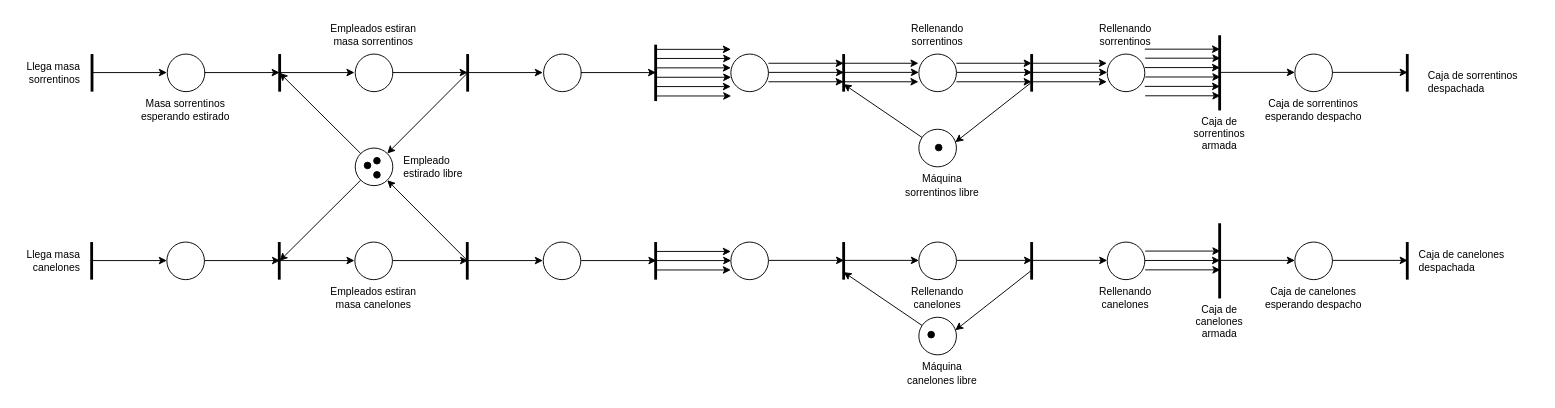
mvalleym/ing_software1 keeps this draw.io diagram as RP_11.drawio. Above is the earlier version. Source tidied: cells renumbered, new cells numbered last; positions are measured from the earlier drawing's top-left corner, leaving out a move shared by most shapes. Both pictures are drawn from the tidied source at 94%, with x=0, y=0 at pixel (16, 16).
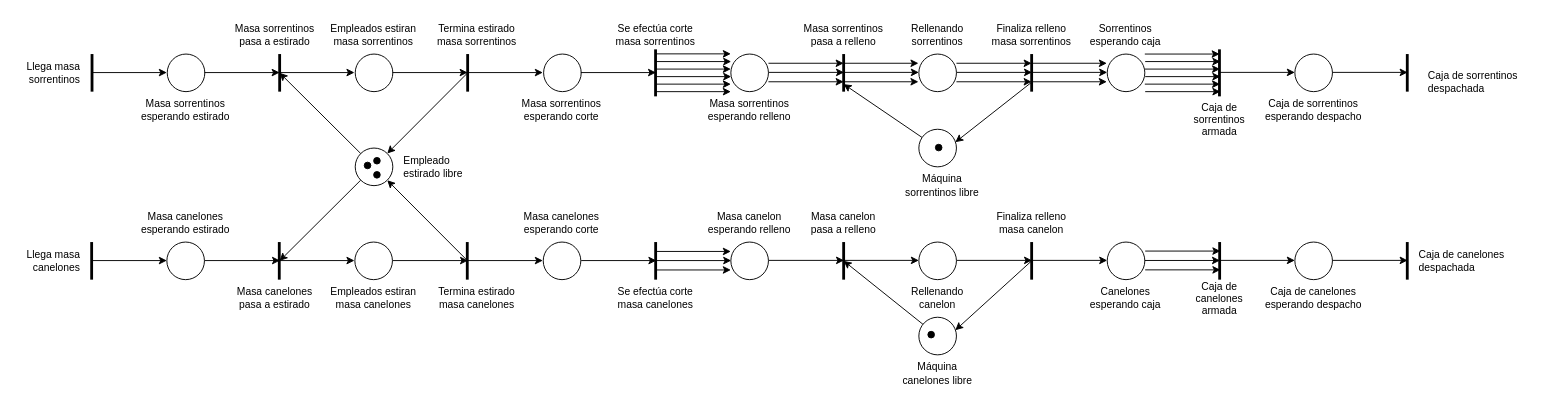
The same page after the edit.

The change refers to these unchanged cells:
```xml
<mxCell id="92" style="ellipse;whiteSpace=wrap;html=1;" parent="1" vertex="1">
  <mxGeometry x="960" y="320" width="40" height="40" as="geometry" />
</mxCell>
```

What changed in the source:
```diff
@@
     <mxCell id="37" style="endArrow=none;html=1;strokeWidth=3;" parent="1" edge="1">
       <mxGeometry relative="1" as="geometry">
-        <mxPoint x="680" y="90" as="sourcePoint" />
-        <mxPoint x="680" y="30" as="targetPoint" />
+        <mxPoint x="679.9" y="85" as="sourcePoint" />
+        <mxPoint x="679.9" y="35" as="targetPoint" />
       </mxGeometry>
     </mxCell>
     <mxCell id="38" style="endArrow=classic;html=1;strokeWidth=1;" parent="1" edge="1">
       <mxGeometry relative="1" as="geometry">
-        <mxPoint x="680.4" y="64.7" as="sourcePoint" />
-        <mxPoint x="760.4" y="64.7" as="targetPoint" />
+        <mxPoint x="680.4" y="64" as="sourcePoint" />
+        <mxPoint x="760.4" y="64" as="targetPoint" />
       </mxGeometry>
     </mxCell>
@@
     <mxCell id="44" style="endArrow=classic;html=1;strokeWidth=1;" parent="1" edge="1">
       <mxGeometry relative="1" as="geometry">
-        <mxPoint x="680.4" y="44.7" as="sourcePoint" />
-        <mxPoint x="760.4" y="44.7" as="targetPoint" />
+        <mxPoint x="680.4" y="48" as="sourcePoint" />
+        <mxPoint x="760.4" y="48" as="targetPoint" />
       </mxGeometry>
     </mxCell>
     <mxCell id="45" style="endArrow=classic;html=1;strokeWidth=1;" parent="1" edge="1">
       <mxGeometry relative="1" as="geometry">
-        <mxPoint x="680" y="54.7" as="sourcePoint" />
-        <mxPoint x="760" y="54.7" as="targetPoint" />
+        <mxPoint x="680" y="56" as="sourcePoint" />
+        <mxPoint x="760" y="56" as="targetPoint" />
       </mxGeometry>
     </mxCell>
     <mxCell id="46" style="endArrow=classic;html=1;strokeWidth=1;" parent="1" edge="1">
       <mxGeometry relative="1" as="geometry">
-        <mxPoint x="680" y="35" as="sourcePoint" />
-        <mxPoint x="760" y="35" as="targetPoint" />
+        <mxPoint x="680" y="39.8" as="sourcePoint" />
+        <mxPoint x="760" y="39.8" as="targetPoint" />
       </mxGeometry>
     </mxCell>
     <mxCell id="47" style="endArrow=classic;html=1;strokeWidth=1;" parent="1" edge="1">
       <mxGeometry relative="1" as="geometry">
-        <mxPoint x="680.4" y="84.6" as="sourcePoint" />
-        <mxPoint x="760.4" y="84.6" as="targetPoint" />
+        <mxPoint x="680" y="80" as="sourcePoint" />
+        <mxPoint x="760" y="80" as="targetPoint" />
       </mxGeometry>
     </mxCell>
     <mxCell id="48" style="endArrow=classic;html=1;strokeWidth=1;" parent="1" edge="1">
       <mxGeometry relative="1" as="geometry">
-        <mxPoint x="680" y="74.6" as="sourcePoint" />
-        <mxPoint x="760" y="74.6" as="targetPoint" />
+        <mxPoint x="680" y="72" as="sourcePoint" />
+        <mxPoint x="760" y="72" as="targetPoint" />
       </mxGeometry>
     </mxCell>
@@
     <mxCell id="72" style="endArrow=classic;html=1;strokeWidth=1;" parent="1" edge="1">
       <mxGeometry relative="1" as="geometry">
-        <mxPoint x="1200.8" y="84.4" as="sourcePoint" />
-        <mxPoint x="1280.8" y="84.4" as="targetPoint" />
+        <mxPoint x="1200.8" y="80" as="sourcePoint" />
+        <mxPoint x="1280.8" y="80" as="targetPoint" />
       </mxGeometry>
     </mxCell>
     <mxCell id="73" style="endArrow=classic;html=1;strokeWidth=1;" parent="1" edge="1">
       <mxGeometry relative="1" as="geometry">
-        <mxPoint x="1200.4" y="74.4" as="sourcePoint" />
-        <mxPoint x="1280.4" y="74.4" as="targetPoint" />
+        <mxPoint x="1200.4" y="72" as="sourcePoint" />
+        <mxPoint x="1280.4" y="72" as="targetPoint" />
       </mxGeometry>
     </mxCell>
     <mxCell id="74" style="endArrow=classic;html=1;strokeWidth=1;" parent="1" edge="1">
       <mxGeometry relative="1" as="geometry">
-        <mxPoint x="1200.8" y="64.4" as="sourcePoint" />
-        <mxPoint x="1280.8" y="64.4" as="targetPoint" />
+        <mxPoint x="1200.8" y="64" as="sourcePoint" />
+        <mxPoint x="1280.8" y="64" as="targetPoint" />
       </mxGeometry>
     </mxCell>
     <mxCell id="75" style="endArrow=classic;html=1;strokeWidth=1;" parent="1" edge="1">
       <mxGeometry relative="1" as="geometry">
-        <mxPoint x="1200.4" y="54.4" as="sourcePoint" />
-        <mxPoint x="1280.4" y="54.4" as="targetPoint" />
+        <mxPoint x="1200.4" y="56" as="sourcePoint" />
+        <mxPoint x="1280.4" y="56" as="targetPoint" />
       </mxGeometry>
     </mxCell>
     <mxCell id="76" style="endArrow=classic;html=1;strokeWidth=1;" parent="1" edge="1">
       <mxGeometry relative="1" as="geometry">
-        <mxPoint x="1200.8" y="44.4" as="sourcePoint" />
-        <mxPoint x="1280.8" y="44.4" as="targetPoint" />
+        <mxPoint x="1200.8" y="48" as="sourcePoint" />
+        <mxPoint x="1280.8" y="48" as="targetPoint" />
       </mxGeometry>
     </mxCell>
     <mxCell id="77" style="endArrow=classic;html=1;strokeWidth=1;" parent="1" edge="1">
       <mxGeometry relative="1" as="geometry">
-        <mxPoint x="1200.4" y="34.8" as="sourcePoint" />
-        <mxPoint x="1280.4" y="34.8" as="targetPoint" />
+        <mxPoint x="1200.4" y="40" as="sourcePoint" />
+        <mxPoint x="1280" y="40" as="targetPoint" />
       </mxGeometry>
     </mxCell>
     <mxCell id="78" style="endArrow=none;html=1;strokeWidth=3;" parent="1" edge="1">
       <mxGeometry relative="1" as="geometry">
-        <mxPoint x="1280" y="100" as="sourcePoint" />
-        <mxPoint x="1280" y="20" as="targetPoint" />
+        <mxPoint x="1279.8" y="85" as="sourcePoint" />
+        <mxPoint x="1279.8" y="35" as="targetPoint" />
       </mxGeometry>
     </mxCell>
@@
     <mxCell id="91" value="&lt;div&gt;Máquina&lt;/div&gt;&lt;div&gt;canelones libre&lt;/div&gt;" style="text;html=1;strokeColor=none;fillColor=none;align=center;verticalAlign=middle;whiteSpace=wrap;rounded=0;fontSize=11;" parent="1" vertex="1">
-      <mxGeometry x="939.6" y="360" width="90" height="40" as="geometry" />
+      <mxGeometry x="940" y="360" width="80" height="40" as="geometry" />
     </mxCell>
@@
     <mxCell id="94" style="endArrow=classic;html=1;strokeWidth=1;entryX=0.97;entryY=0.345;entryDx=0;entryDy=0;entryPerimeter=0;" parent="1" edge="1" target="92">
       <mxGeometry relative="1" as="geometry">
-        <mxPoint x="1080" y="270" as="sourcePoint" />
+        <mxPoint x="1080" y="260" as="sourcePoint" />
       </mxGeometry>
     </mxCell>
     <mxCell id="95" style="endArrow=classic;html=1;strokeWidth=1;" parent="1" edge="1" source="92">
       <mxGeometry relative="1" as="geometry">
-        <mxPoint x="880" y="272" as="targetPoint" />
+        <mxPoint x="880" y="260" as="targetPoint" />
       </mxGeometry>
     </mxCell>
@@
     <mxCell id="101" style="endArrow=none;html=1;strokeWidth=3;" parent="1" edge="1">
       <mxGeometry relative="1" as="geometry">
-        <mxPoint x="1280" y="300" as="sourcePoint" />
-        <mxPoint x="1280" y="220" as="targetPoint" />
+        <mxPoint x="1280" y="280" as="sourcePoint" />
+        <mxPoint x="1280" y="240" as="targetPoint" />
       </mxGeometry>
     </mxCell>
@@
-    <mxCell id="106" value="Rellenando canelones" style="text;html=1;strokeColor=none;fillColor=none;align=center;verticalAlign=middle;whiteSpace=wrap;rounded=0;fontSize=11;" parent="1" vertex="1">
+    <mxCell id="106" value="Rellenando canelon" style="text;html=1;strokeColor=none;fillColor=none;align=center;verticalAlign=middle;whiteSpace=wrap;rounded=0;fontSize=11;" parent="1" vertex="1">
       <mxGeometry x="935" y="280" width="90" height="40" as="geometry" />
     </mxCell>
@@
-    <mxCell id="108" value="Rellenando sorrentinos" style="text;html=1;strokeColor=none;fillColor=none;align=center;verticalAlign=middle;whiteSpace=wrap;rounded=0;fontSize=11;" parent="1" vertex="1">
+    <mxCell id="108" value="&lt;div&gt;Sorrentinos&lt;/div&gt;&lt;div&gt;esperando caja&lt;br&gt;&lt;/div&gt;" style="text;html=1;strokeColor=none;fillColor=none;align=center;verticalAlign=middle;whiteSpace=wrap;rounded=0;fontSize=11;" parent="1" vertex="1">
       <mxGeometry x="1130.2" width="100.4" height="40" as="geometry" />
     </mxCell>
-    <mxCell id="109" value="&lt;div&gt;Rellenando&lt;/div&gt;&lt;div&gt;canelones&lt;br&gt;&lt;/div&gt;" style="text;html=1;strokeColor=none;fillColor=none;align=center;verticalAlign=middle;whiteSpace=wrap;rounded=0;fontSize=11;" parent="1" vertex="1">
+    <mxCell id="109" value="Canelones esperando caja" style="text;html=1;strokeColor=none;fillColor=none;align=center;verticalAlign=middle;whiteSpace=wrap;rounded=0;fontSize=11;" parent="1" vertex="1">
       <mxGeometry x="1130.2" y="280" width="100.4" height="40" as="geometry" />
     </mxCell>
     <mxCell id="110" value="&lt;div&gt;Caja de canelones&lt;/div&gt;&lt;div&gt;armada&lt;/div&gt;" style="text;html=1;strokeColor=none;fillColor=none;align=center;verticalAlign=middle;whiteSpace=wrap;rounded=0;fontSize=11;" parent="1" vertex="1">
-      <mxGeometry x="1240" y="305" width="80" height="40" as="geometry" />
+      <mxGeometry x="1240" y="280" width="80" height="40" as="geometry" />
     </mxCell>
     <mxCell id="111" value="Caja de sorrentinos armada" style="text;html=1;strokeColor=none;fillColor=none;align=center;verticalAlign=middle;whiteSpace=wrap;rounded=0;fontSize=11;" parent="1" vertex="1">
-      <mxGeometry x="1240" y="105" width="80" height="40" as="geometry" />
+      <mxGeometry x="1240" y="90" width="80" height="40" as="geometry" />
     </mxCell>
@@
-    <mxCell id="115" value="&lt;div&gt;Masa sorrentinos&lt;/div&gt;&lt;div&gt;esperando estirado&lt;br&gt;&lt;/div&gt;" style="text;html=1;strokeColor=none;fillColor=none;align=center;verticalAlign=middle;whiteSpace=wrap;rounded=0;fontSize=11;" parent="1" vertex="1">
-      <mxGeometry x="120" y="80" width="120" height="40" as="geometry" />
+    <mxCell id="115" value="&lt;div&gt;Masa canelones&lt;/div&gt;&lt;div&gt;esperando estirado&lt;br&gt;&lt;/div&gt;" style="text;html=1;strokeColor=none;fillColor=none;align=center;verticalAlign=middle;whiteSpace=wrap;rounded=0;fontSize=11;" parent="1" vertex="1">
+      <mxGeometry x="120" y="200" width="120" height="40" as="geometry" />
     </mxCell>
+    <mxCell id="116" value="&lt;div&gt;Masa sorrentinos&lt;/div&gt;&lt;div&gt;pasa a estirado&lt;/div&gt;" style="text;html=1;strokeColor=none;fillColor=none;align=center;verticalAlign=middle;whiteSpace=wrap;rounded=0;fontSize=11;" parent="1" vertex="1">
+      <mxGeometry x="230" width="90" height="40" as="geometry" />
+    </mxCell>
+    <mxCell id="117" value="&lt;div&gt;Masa canelones&lt;/div&gt;&lt;div&gt;pasa a estirado&lt;/div&gt;" style="text;html=1;strokeColor=none;fillColor=none;align=center;verticalAlign=middle;whiteSpace=wrap;rounded=0;fontSize=11;" parent="1" vertex="1">
+      <mxGeometry x="230" y="280" width="90" height="40" as="geometry" />
+    </mxCell>
+    <mxCell id="118" value="&lt;div&gt;Masa sorrentinos&lt;/div&gt;&lt;div&gt;esperando estirado&lt;br&gt;&lt;/div&gt;" style="text;html=1;strokeColor=none;fillColor=none;align=center;verticalAlign=middle;whiteSpace=wrap;rounded=0;fontSize=11;" parent="1" vertex="1">
+      <mxGeometry x="120.4" y="80" width="120" height="40" as="geometry" />
+    </mxCell>
+    <mxCell id="119" value="&lt;div&gt;Masa canelones&lt;/div&gt;&lt;div&gt;esperando corte&lt;br&gt;&lt;/div&gt;" style="text;html=1;strokeColor=none;fillColor=none;align=center;verticalAlign=middle;whiteSpace=wrap;rounded=0;fontSize=11;" parent="1" vertex="1">
+      <mxGeometry x="520" y="200" width="120" height="40" as="geometry" />
+    </mxCell>
+    <mxCell id="120" value="&lt;div&gt;Se efectúa corte&lt;br&gt;&lt;/div&gt;&lt;div&gt;masa sorrentinos&lt;/div&gt;" style="text;html=1;strokeColor=none;fillColor=none;align=center;verticalAlign=middle;whiteSpace=wrap;rounded=0;fontSize=11;" parent="1" vertex="1">
+      <mxGeometry x="620" width="120" height="40" as="geometry" />
+    </mxCell>
+    <mxCell id="121" value="&lt;div&gt;Termina estirado&lt;br&gt;&lt;/div&gt;&lt;div&gt;masa sorrentinos&lt;/div&gt;" style="text;html=1;strokeColor=none;fillColor=none;align=center;verticalAlign=middle;whiteSpace=wrap;rounded=0;fontSize=11;" parent="1" vertex="1">
+      <mxGeometry x="439.8" width="100.2" height="40" as="geometry" />
+    </mxCell>
+    <mxCell id="122" value="&lt;div&gt;Termina estirado&lt;br&gt;&lt;/div&gt;&lt;div&gt;masa canelones&lt;/div&gt;" style="text;html=1;strokeColor=none;fillColor=none;align=center;verticalAlign=middle;whiteSpace=wrap;rounded=0;fontSize=11;" parent="1" vertex="1">
+      <mxGeometry x="439.8" y="280" width="100.2" height="40" as="geometry" />
+    </mxCell>
+    <mxCell id="123" value="&lt;div&gt;Masa sorrentinos&lt;/div&gt;&lt;div&gt;esperando corte&lt;br&gt;&lt;/div&gt;" style="text;html=1;strokeColor=none;fillColor=none;align=center;verticalAlign=middle;whiteSpace=wrap;rounded=0;fontSize=11;" parent="1" vertex="1">
+      <mxGeometry x="520" y="80" width="120" height="40" as="geometry" />
+    </mxCell>
+    <mxCell id="124" value="&lt;div&gt;Se efectúa corte&lt;br&gt;&lt;/div&gt;&lt;div&gt;masa canelones&lt;/div&gt;" style="text;html=1;strokeColor=none;fillColor=none;align=center;verticalAlign=middle;whiteSpace=wrap;rounded=0;fontSize=11;" parent="1" vertex="1">
+      <mxGeometry x="620" y="280" width="120" height="40" as="geometry" />
+    </mxCell>
+    <mxCell id="125" value="&lt;div&gt;Masa canelon&lt;/div&gt;&lt;div&gt;esperando relleno&lt;br&gt;&lt;/div&gt;" style="text;html=1;strokeColor=none;fillColor=none;align=center;verticalAlign=middle;whiteSpace=wrap;rounded=0;fontSize=11;" parent="1" vertex="1">
+      <mxGeometry x="720" y="200" width="120" height="40" as="geometry" />
+    </mxCell>
+    <mxCell id="126" value="&lt;div&gt;Masa sorrentinos&lt;/div&gt;&lt;div&gt;esperando relleno&lt;br&gt;&lt;/div&gt;" style="text;html=1;strokeColor=none;fillColor=none;align=center;verticalAlign=middle;whiteSpace=wrap;rounded=0;fontSize=11;" parent="1" vertex="1">
+      <mxGeometry x="720" y="80" width="120" height="40" as="geometry" />
+    </mxCell>
+    <mxCell id="127" value="&lt;div&gt;Masa canelon&lt;/div&gt;&lt;div&gt;pasa a relleno&lt;br&gt;&lt;/div&gt;" style="text;html=1;strokeColor=none;fillColor=none;align=center;verticalAlign=middle;whiteSpace=wrap;rounded=0;fontSize=11;" parent="1" vertex="1">
+      <mxGeometry x="819.6" y="200" width="120" height="40" as="geometry" />
+    </mxCell>
+    <mxCell id="128" value="&lt;div&gt;Masa sorrentinos&lt;br&gt;&lt;/div&gt;&lt;div&gt;pasa a relleno&lt;br&gt;&lt;/div&gt;" style="text;html=1;strokeColor=none;fillColor=none;align=center;verticalAlign=middle;whiteSpace=wrap;rounded=0;fontSize=11;" parent="1" vertex="1">
+      <mxGeometry x="819.6" width="120" height="40" as="geometry" />
+    </mxCell>
+    <mxCell id="129" value="&lt;div&gt;Finaliza relleno&lt;br&gt;&lt;/div&gt;&lt;div&gt;masa canelon&lt;/div&gt;" style="text;html=1;strokeColor=none;fillColor=none;align=center;verticalAlign=middle;whiteSpace=wrap;rounded=0;fontSize=11;" parent="1" vertex="1">
+      <mxGeometry x="1020" y="200" width="120" height="40" as="geometry" />
+    </mxCell>
+    <mxCell id="130" value="&lt;div&gt;Finaliza relleno&lt;/div&gt;&lt;div&gt;masa sorrentinos&lt;br&gt;&lt;/div&gt;" style="text;html=1;strokeColor=none;fillColor=none;align=center;verticalAlign=middle;whiteSpace=wrap;rounded=0;fontSize=11;" parent="1" vertex="1">
+      <mxGeometry x="1020" width="120" height="40" as="geometry" />
+    </mxCell>
```
